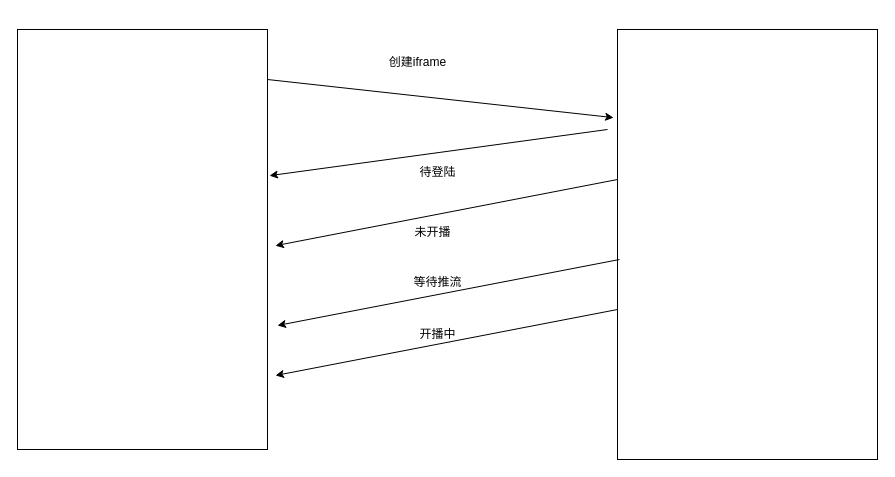
Before: 助手插件.drawio in heyingjiee/draw, a draw.io diagram. Source tidied: cells renumbered, new cells numbered last; positions are measured from the earlier drawing's top-left corner, leaving out a move shared by most shapes. Both pictures are drawn from the tidied source at 100%, with x=0, y=0 at pixel (17, 29).
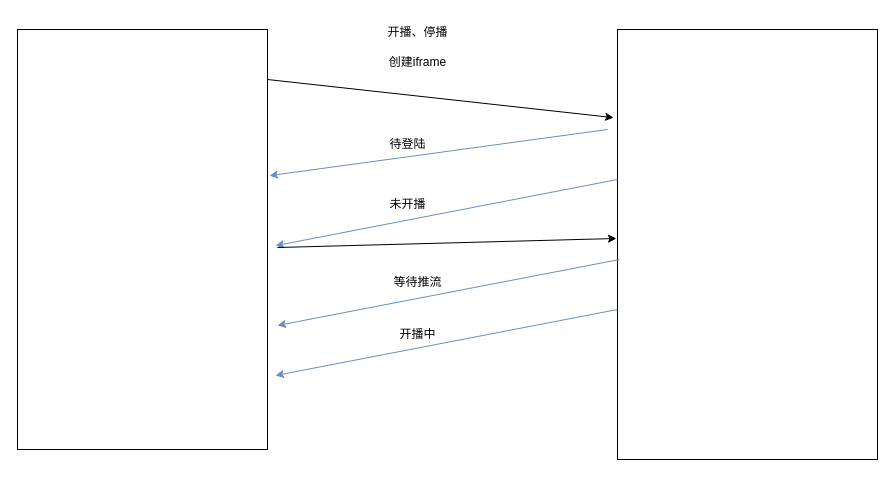
The same page after the edit.

Commit message (it also covers changes not shown here):
更新助手插件.drawio

Unchanged cells that the change refers to:
```xml
<mxCell id="2" style="rounded=0;whiteSpace=wrap;html=1;" parent="1" vertex="1">
  <mxGeometry width="250" height="420" as="geometry" />
</mxCell>
<mxCell id="3" style="rounded=0;whiteSpace=wrap;html=1;" parent="1" vertex="1">
  <mxGeometry x="600" width="260" height="430" as="geometry" />
</mxCell>
```

The edit, as a diff of the source:
```diff
@@
-    <mxCell id="6" style="endArrow=classic;html=1;rounded=0;entryX=1.008;entryY=0.348;entryDx=0;entryDy=0;entryPerimeter=0;" parent="1" edge="1" target="2">
+    <mxCell id="6" style="endArrow=classic;html=1;rounded=0;entryX=1.008;entryY=0.348;entryDx=0;entryDy=0;entryPerimeter=0;fillColor=#dae8fc;strokeColor=#6c8ebf;" parent="1" edge="1" target="2">
       <mxGeometry relative="1" as="geometry">
         <mxPoint x="590" y="100" as="sourcePoint" />
       </mxGeometry>
     </mxCell>
     <mxCell id="7" value="待登陆" style="text;html=1;align=center;verticalAlign=middle;strokeColor=none;fillColor=none;" parent="1" vertex="1">
-      <mxGeometry x="390" y="128" width="60" height="30" as="geometry" />
+      <mxGeometry x="360" y="100" width="60" height="30" as="geometry" />
     </mxCell>
-    <mxCell id="8" style="endArrow=classic;html=1;rounded=0;entryX=1.016;entryY=0.562;entryDx=0;entryDy=0;entryPerimeter=0;exitX=-0.015;exitY=0.395;exitDx=0;exitDy=0;exitPerimeter=0;" parent="1" edge="1">
+    <mxCell id="8" style="endArrow=classic;html=1;rounded=0;entryX=1.016;entryY=0.562;entryDx=0;entryDy=0;entryPerimeter=0;exitX=-0.015;exitY=0.395;exitDx=0;exitDy=0;exitPerimeter=0;fillColor=#dae8fc;strokeColor=#6c8ebf;" parent="1" edge="1">
       <mxGeometry relative="1" as="geometry">
         <mxPoint x="600" y="150" as="sourcePoint" />
         <mxPoint x="257.9" y="216.2" as="targetPoint" />
       </mxGeometry>
     </mxCell>
-    <mxCell id="9" style="endArrow=classic;html=1;rounded=0;entryX=1.016;entryY=0.562;entryDx=0;entryDy=0;entryPerimeter=0;exitX=-0.015;exitY=0.395;exitDx=0;exitDy=0;exitPerimeter=0;" parent="1" edge="1">
+    <mxCell id="9" style="endArrow=classic;html=1;rounded=0;entryX=1.016;entryY=0.562;entryDx=0;entryDy=0;entryPerimeter=0;exitX=-0.015;exitY=0.395;exitDx=0;exitDy=0;exitPerimeter=0;fillColor=#dae8fc;strokeColor=#6c8ebf;" parent="1" edge="1">
       <mxGeometry relative="1" as="geometry">
         <mxPoint x="602" y="230" as="sourcePoint" />
         <mxPoint x="260" y="296" as="targetPoint" />
       </mxGeometry>
     </mxCell>
     <mxCell id="10" value="未开播" style="text;html=1;align=center;verticalAlign=middle;strokeColor=none;fillColor=none;" parent="1" vertex="1">
-      <mxGeometry x="385" y="188" width="60" height="30" as="geometry" />
+      <mxGeometry x="360" y="160" width="60" height="30" as="geometry" />
     </mxCell>
     <mxCell id="11" value="等待推流" style="text;html=1;align=center;verticalAlign=middle;strokeColor=none;fillColor=none;" parent="1" vertex="1">
-      <mxGeometry x="385" y="238" width="70" height="30" as="geometry" />
+      <mxGeometry x="365" y="238" width="70" height="30" as="geometry" />
     </mxCell>
-    <mxCell id="12" style="endArrow=classic;html=1;rounded=0;entryX=1.016;entryY=0.562;entryDx=0;entryDy=0;entryPerimeter=0;exitX=-0.015;exitY=0.395;exitDx=0;exitDy=0;exitPerimeter=0;" parent="1" edge="1">
+    <mxCell id="12" style="endArrow=classic;html=1;rounded=0;entryX=1.016;entryY=0.562;entryDx=0;entryDy=0;entryPerimeter=0;exitX=-0.015;exitY=0.395;exitDx=0;exitDy=0;exitPerimeter=0;fillColor=#dae8fc;strokeColor=#6c8ebf;" parent="1" edge="1">
       <mxGeometry relative="1" as="geometry">
         <mxPoint x="600" y="280" as="sourcePoint" />
         <mxPoint x="258" y="346" as="targetPoint" />
       </mxGeometry>
     </mxCell>
     <mxCell id="13" value="开播中" style="text;html=1;align=center;verticalAlign=middle;strokeColor=none;fillColor=none;" parent="1" vertex="1">
-      <mxGeometry x="390" y="290" width="60" height="30" as="geometry" />
+      <mxGeometry x="370" y="290" width="60" height="30" as="geometry" />
     </mxCell>
+    <mxCell id="14" style="endArrow=classic;html=1;rounded=0;entryX=-0.004;entryY=0.486;entryDx=0;entryDy=0;entryPerimeter=0;" parent="1" edge="1" target="3">
+      <mxGeometry relative="1" as="geometry">
+        <mxPoint x="260" y="218" as="sourcePoint" />
+      </mxGeometry>
+    </mxCell>
+    <mxCell id="15" value="开播、停播" style="text;html=1;align=center;verticalAlign=middle;strokeColor=none;fillColor=none;" parent="1" vertex="1">
+      <mxGeometry x="360" y="-12" width="80" height="30" as="geometry" />
+    </mxCell>
```
